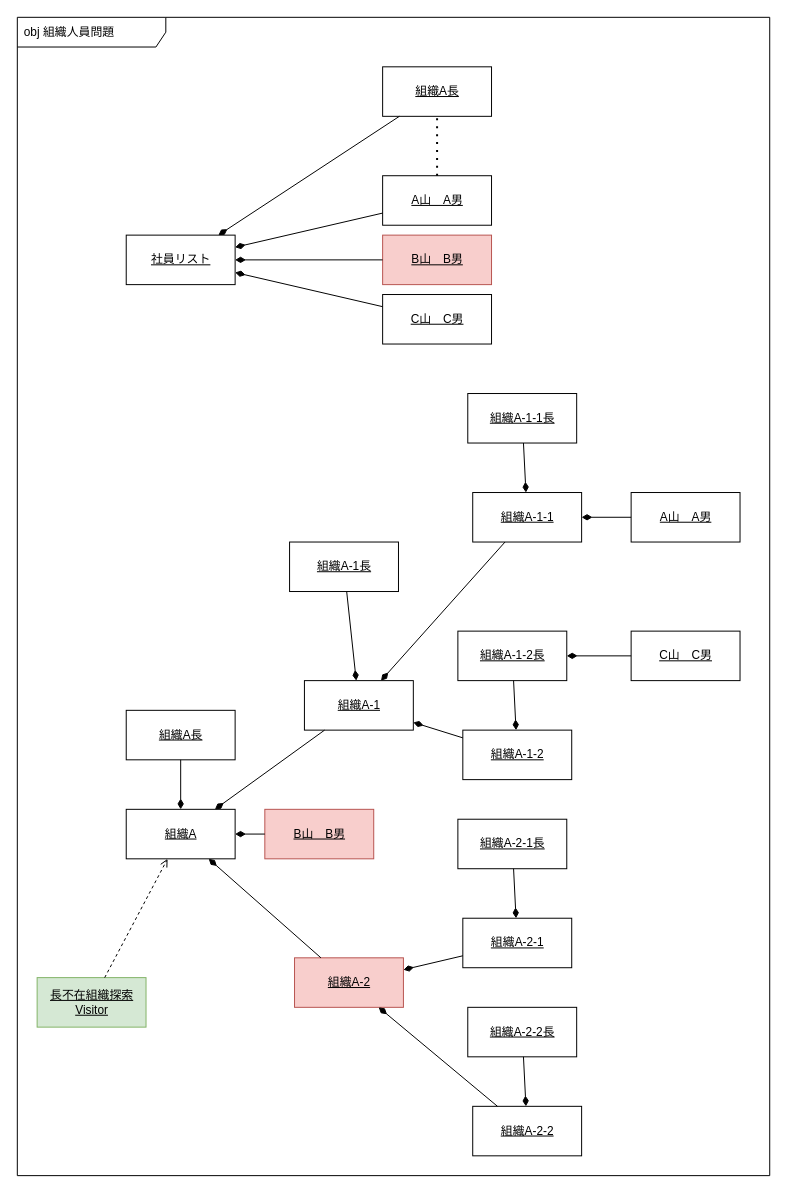
Above: page "社員異動" (4 of 4) of Designs/組織構成設計/organization_design.drawio in bosssanovar/LightMvvmSample (draw.io), before the change. Source tidied: cells renumbered, new cells numbered last; positions are measured from the earlier drawing's top-left corner, leaving out a move shared by most shapes. Both pictures are drawn from the tidied source at 99%, with x=0, y=0 at pixel (17, 17).
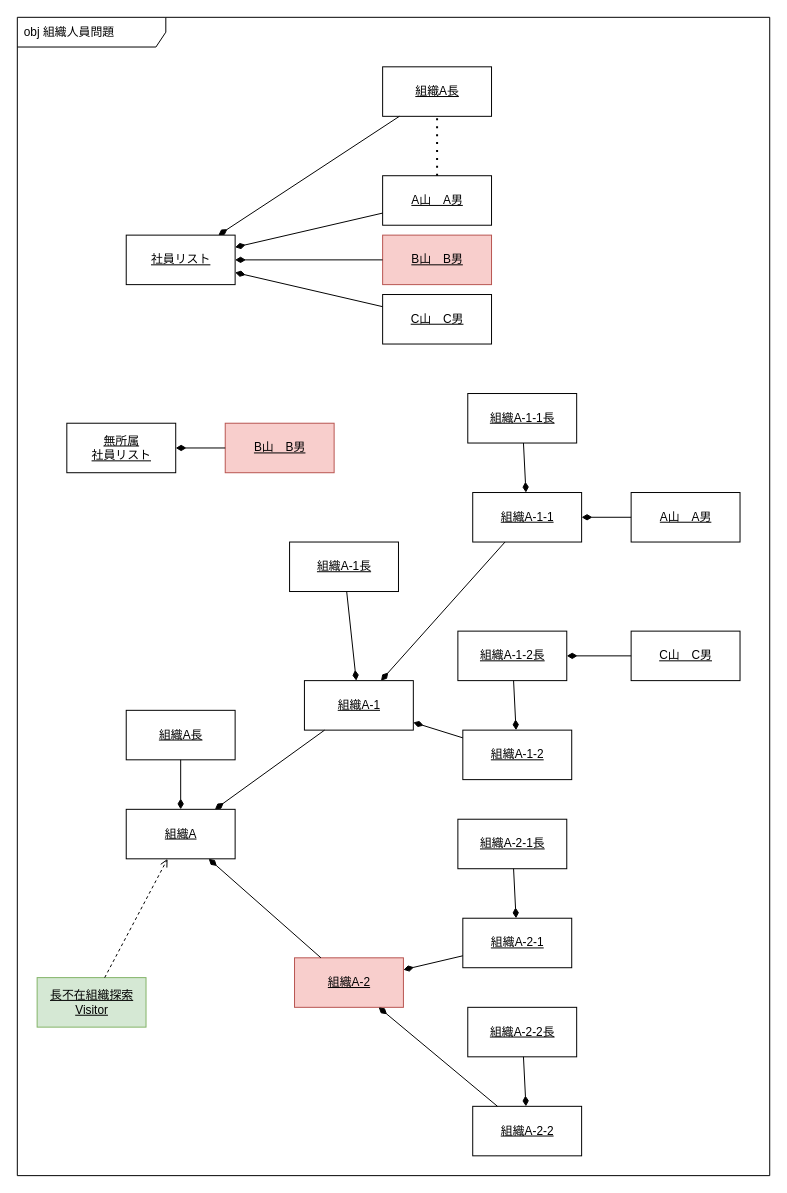
The same diagram, later.

Unchanged cells that the change refers to:
```xml
<mxCell id="3" value="組織A" style="html=1;fontStyle=4;" parent="1" vertex="1">
  <mxGeometry x="110" y="800" width="110" height="50" as="geometry" />
</mxCell>
```

What changed in the source:
```diff
@@
     <mxCell id="44" value="B山　B男" style="html=1;fontStyle=4;fillColor=#f8cecc;strokeColor=#b85450;" parent="1" vertex="1">
-      <mxGeometry x="250" y="800" width="110" height="50" as="geometry" />
+      <mxGeometry x="210" y="410" width="110" height="50" as="geometry" />
     </mxCell>
-    <mxCell id="45" style="endArrow=none;startArrow=diamondThin;endFill=0;startFill=1;html=1;verticalAlign=bottom;labelBackgroundColor=none;strokeWidth=1;startSize=8;endSize=8;" parent="1" edge="1" source="3" target="44">
+    <mxCell id="45" style="endArrow=none;startArrow=diamondThin;endFill=0;startFill=1;html=1;verticalAlign=bottom;labelBackgroundColor=none;strokeWidth=1;startSize=8;endSize=8;" parent="1" edge="1" source="46" target="44">
       <mxGeometry relative="1" as="geometry" />
     </mxCell>
+    <mxCell id="46" value="無所属&lt;br&gt;社員リスト" style="html=1;fontStyle=4;" parent="1" vertex="1">
+      <mxGeometry x="50" y="410" width="110" height="50" as="geometry" />
+    </mxCell>
```
